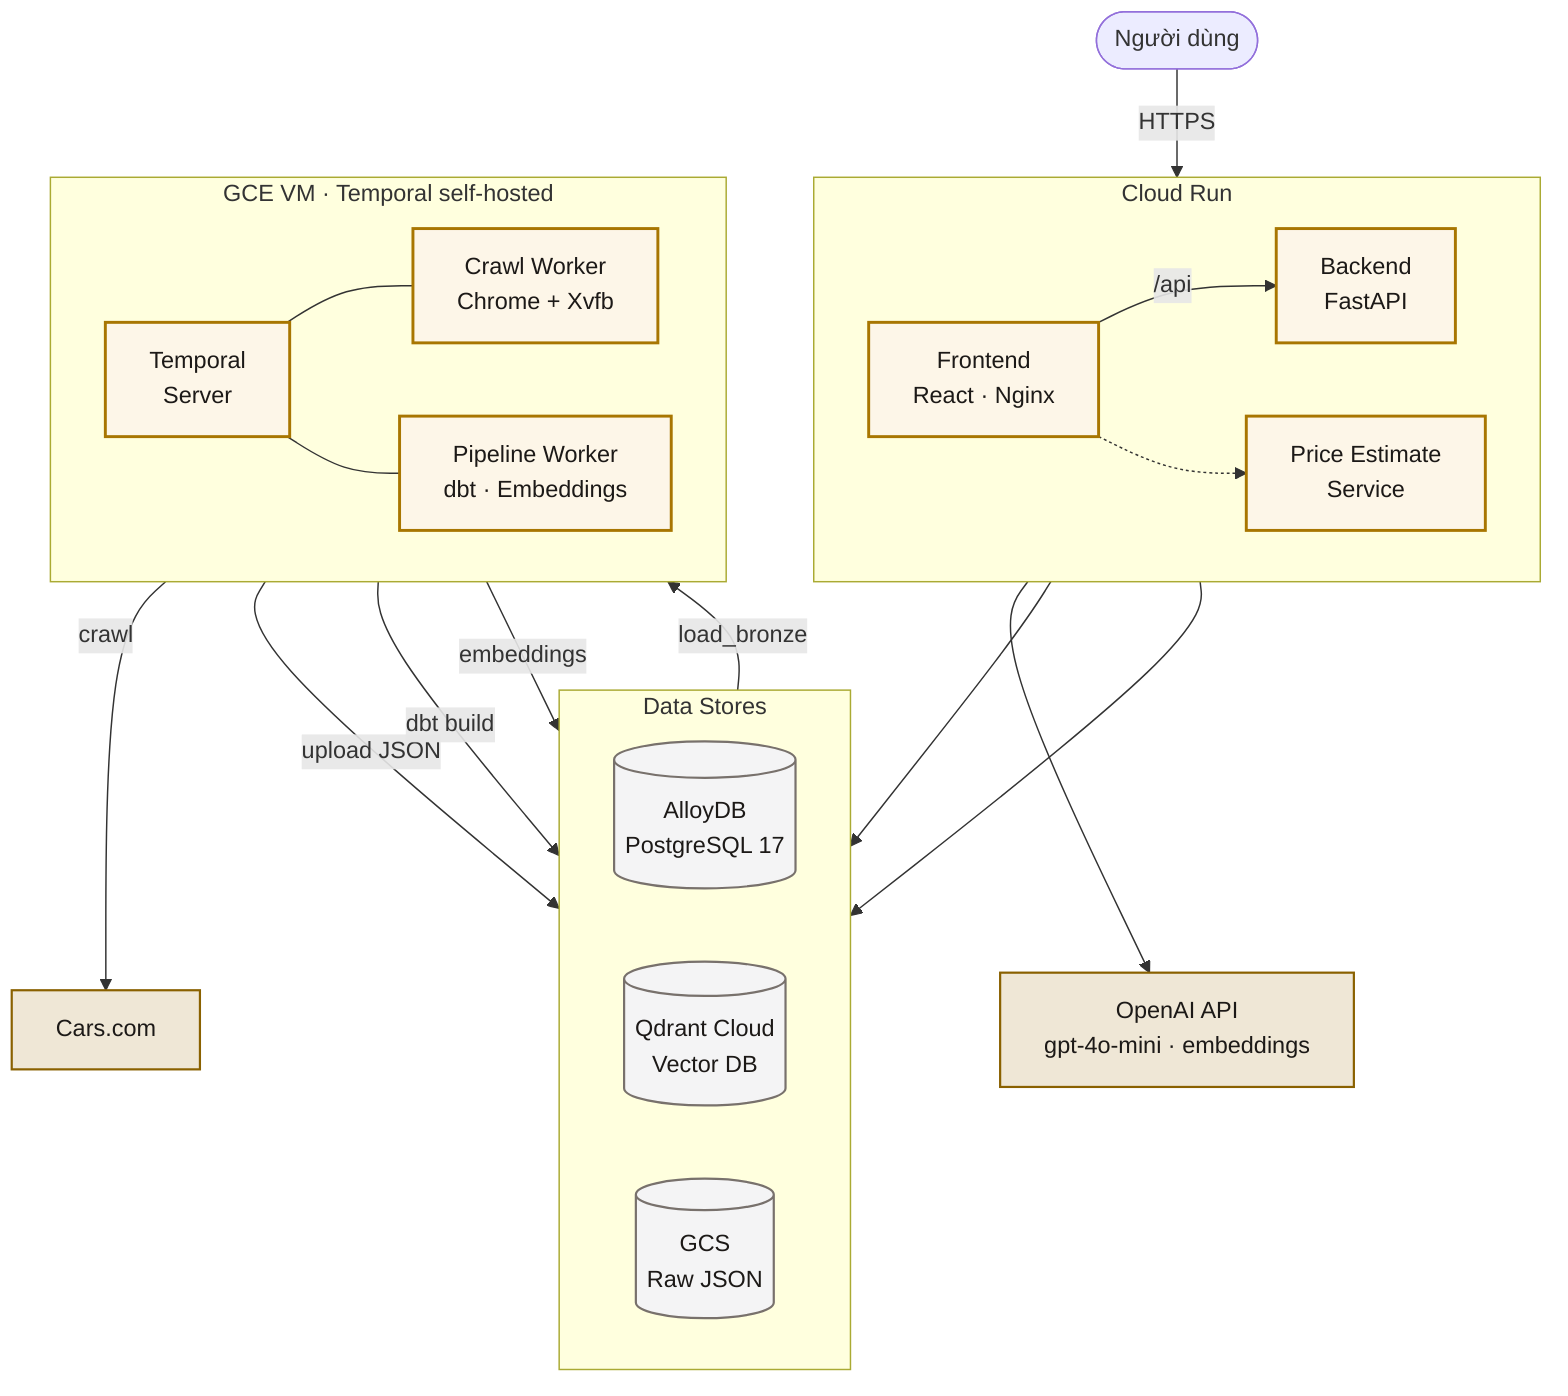
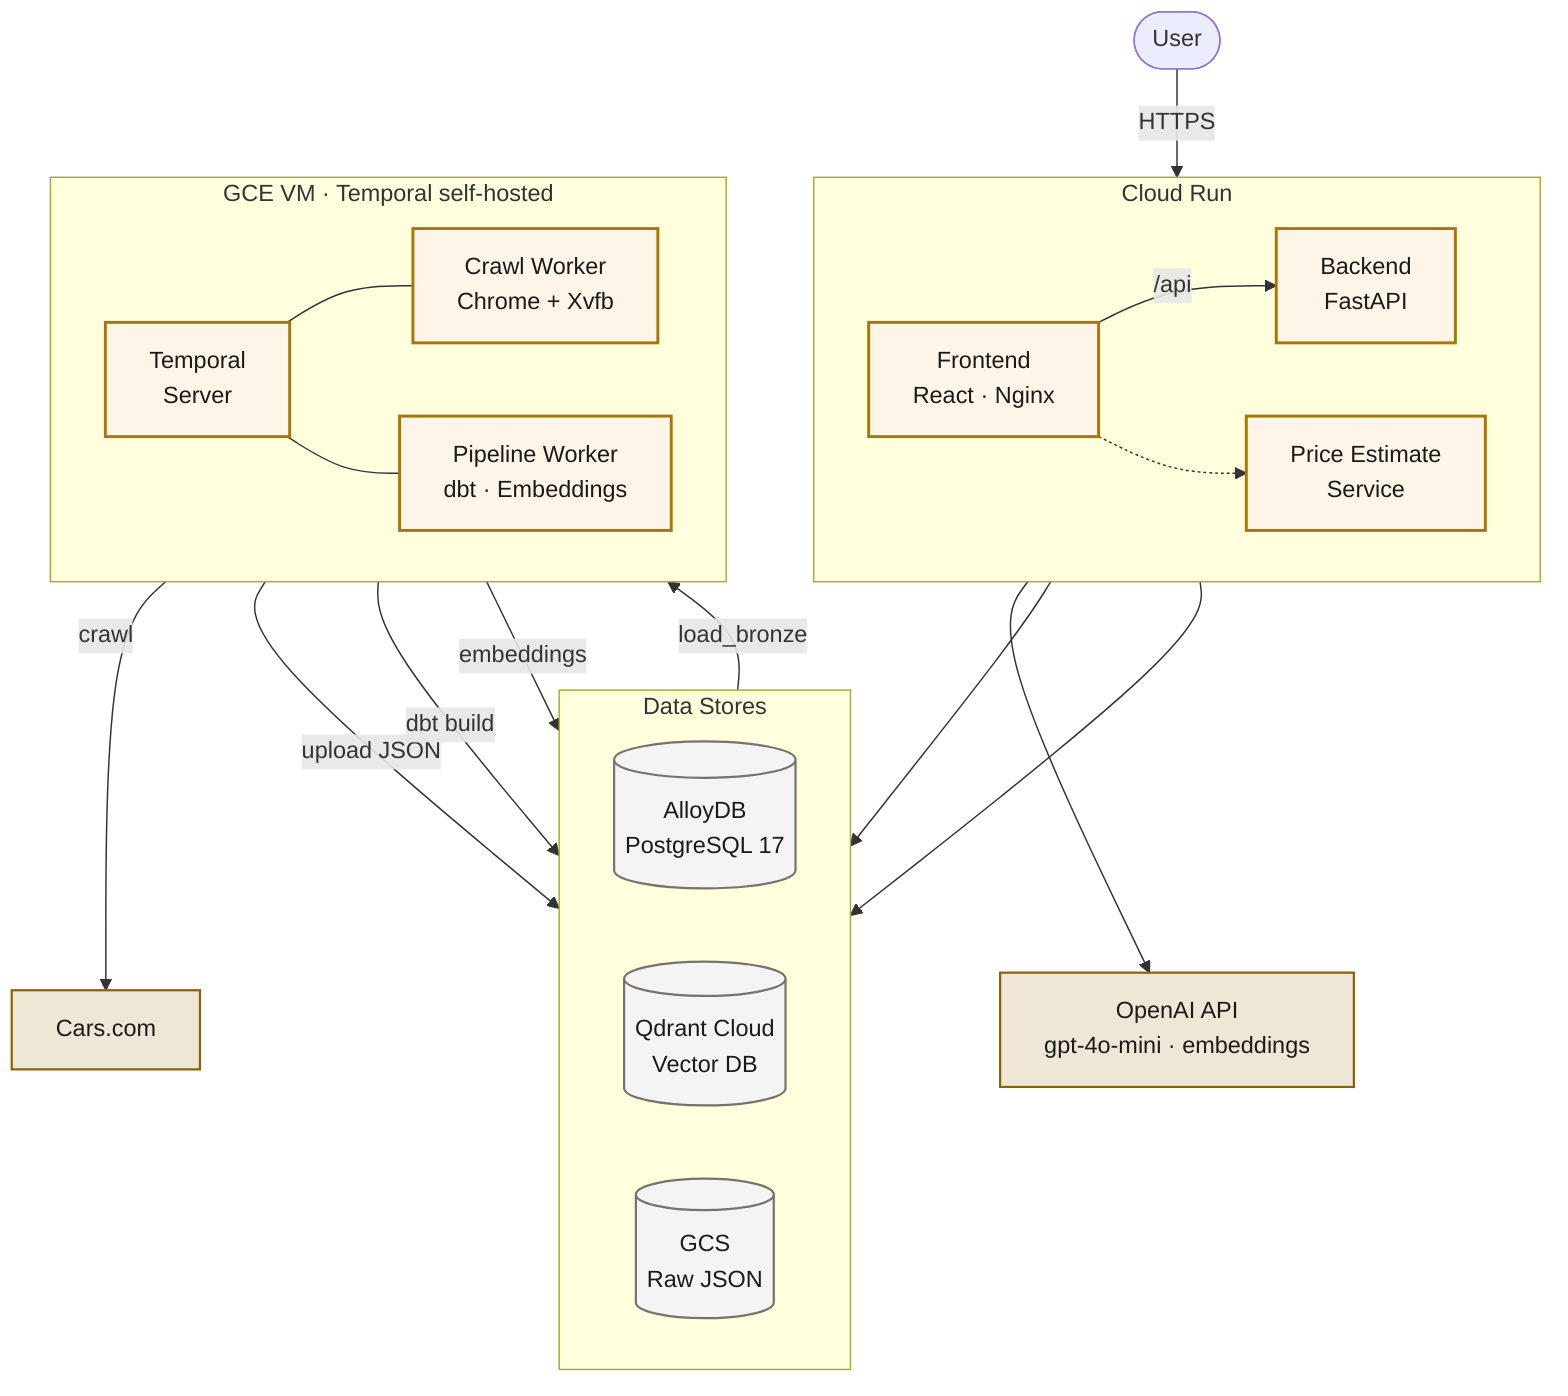
flowchart TB
-   user([Người dùng])
+   user([User])

  subgraph run["Cloud Run"]
    direction LR
    fe["Frontend<br/>React · Nginx"]
    be["Backend<br/>FastAPI"]
    pe["Price Estimate<br/>Service"]
  end

  ext["OpenAI API<br/>gpt-4o-mini · embeddings"]

  subgraph data["Data Stores"]
    direction LR
    db[("AlloyDB<br/>PostgreSQL 17")]
    qd[("Qdrant Cloud<br/>Vector DB")]
    gcs[("GCS<br/>Raw JSON")]
  end

  subgraph vm["GCE VM · Temporal self-hosted"]
    direction LR
    tmp["Temporal<br/>Server"]
    cw["Crawl Worker<br/>Chrome + Xvfb"]
    pw["Pipeline Worker<br/>dbt · Embeddings"]
  end

  cars["Cars.com"]

  user -->|HTTPS| fe
  fe -->|/api| be
  fe -.-> pe
  be --> db
  be --> qd
  be --> ext

  tmp --- cw
  tmp --- pw
  cw -->|crawl| cars
  cw -->|upload JSON| gcs
  gcs -->|load_bronze| pw
  pw -->|dbt build| db
  pw -->|embeddings| qd

  classDef svc fill:#FDF6E8,stroke:#A87601,stroke-width:2px,color:#1c1917;
  classDef store fill:#F4F4F5,stroke:#78716c,stroke-width:1.5px,color:#1c1917;
  classDef extc fill:#efe7d6,stroke:#8a6100,stroke-width:1.5px,color:#1c1917;
  class fe,be,pe,tmp,cw,pw svc;
  class db,qd,gcs store;
  class ext,cars extc;
